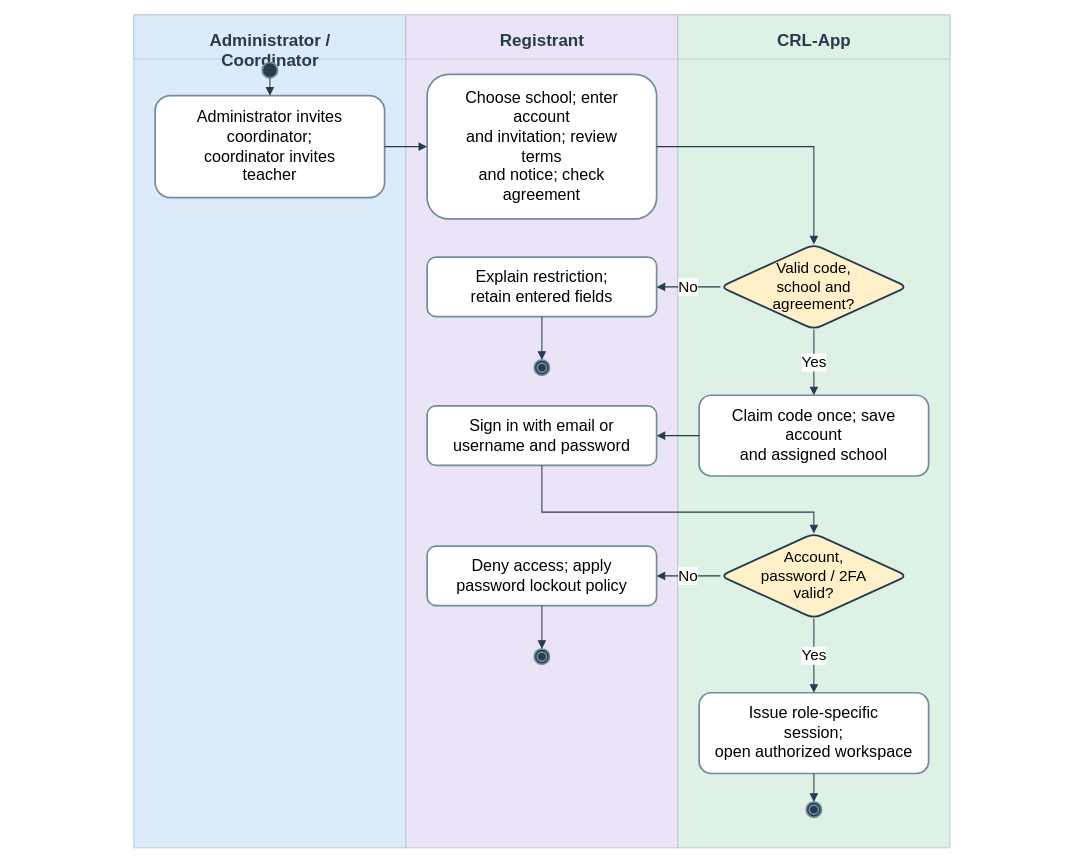
This is docs/diagrams/class-workspaces/figure-13-authentication.drawio from AkuSayangKamuJudaSayang/crl-app, a draw.io file, before an edit. Source tidied: cells renumbered, new cells numbered last; positions are measured from the earlier drawing's top-left corner, leaving out a move shared by most shapes. Both pictures are drawn from the tidied source at 85%, with x=0, y=0 at pixel (14, 14).
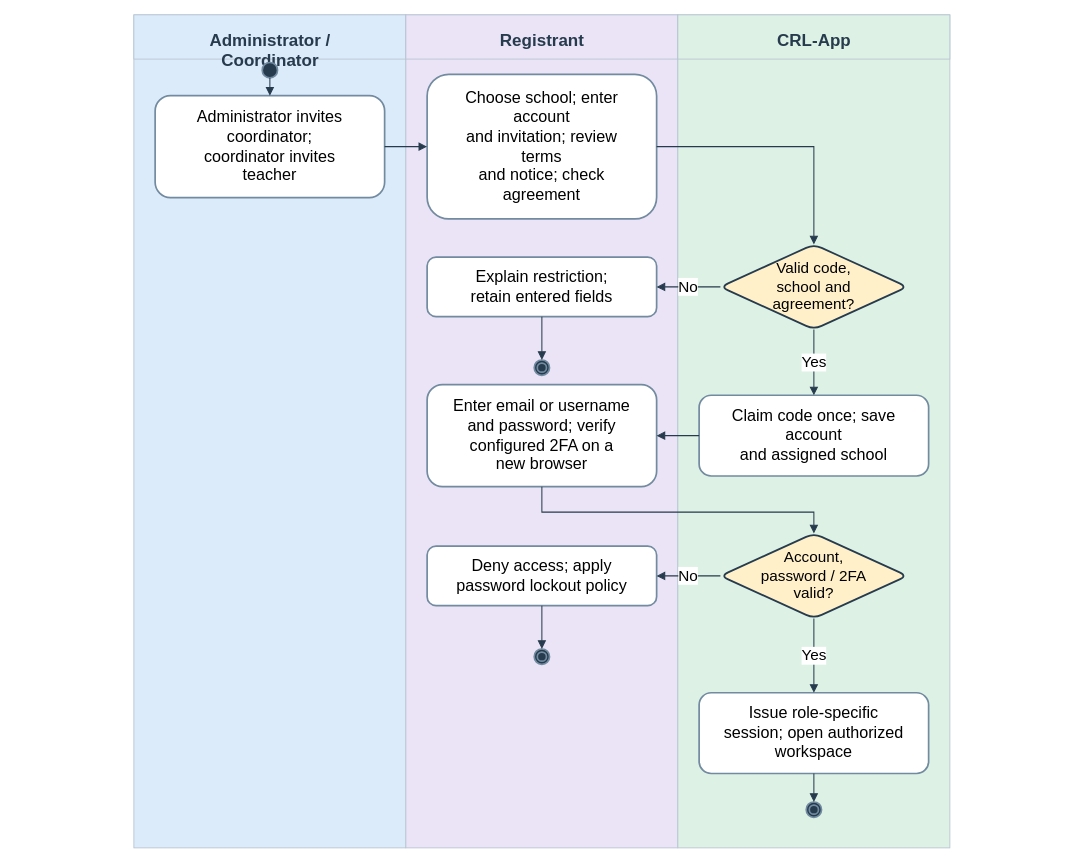
The same diagram, later.

The edit, as a diff of the source:
```diff
@@
-    <mxCell id="18" value="Sign in with email or&lt;br&gt;username and password" style="rounded=1;whiteSpace=wrap;html=1;fontFamily=Arial;fillColor=#ffffff;strokeColor=#728ba0;strokeWidth=2;fontSize=19;" parent="1" vertex="1">
-      <mxGeometry x="485" y="460" width="270" height="70" as="geometry" />
+    <mxCell id="18" value="Enter email or username&lt;br&gt;and password; verify&lt;br&gt;configured 2FA on a&lt;br&gt;new browser" style="rounded=1;whiteSpace=wrap;html=1;fontFamily=Arial;fillColor=#ffffff;strokeColor=#728ba0;strokeWidth=2;fontSize=19;" parent="1" vertex="1">
+      <mxGeometry x="485" y="435" width="270" height="120" as="geometry" />
     </mxCell>
@@
-    <mxCell id="22" value="Issue role-specific&lt;br&gt;session;&lt;br&gt;open authorized workspace" style="rounded=1;whiteSpace=wrap;html=1;fontFamily=Arial;fillColor=#ffffff;strokeColor=#728ba0;strokeWidth=2;fontSize=19;" parent="1" vertex="1">
+    <mxCell id="22" value="Issue role-specific&lt;br&gt;session; open authorized&lt;br&gt;workspace" style="rounded=1;whiteSpace=wrap;html=1;fontFamily=Arial;fillColor=#ffffff;strokeColor=#728ba0;strokeWidth=2;fontSize=19;" parent="1" vertex="1">
       <mxGeometry x="805" y="797.5" width="270" height="95" as="geometry" />
     </mxCell>
```
